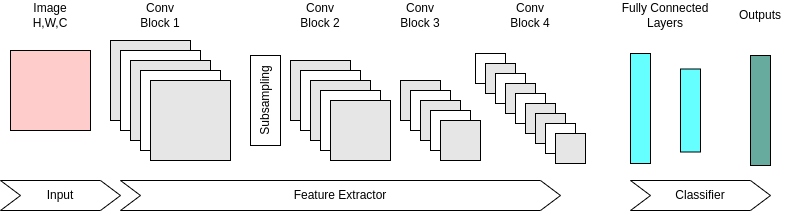
Earlier version of the draw.io export chap_1/CNN.drawio.png (MoArif/thesis_diagrams). Source tidied: cells renumbered, new cells last; positions are measured from the earlier drawing's top-left corner, leaving out a move shared by most shapes.
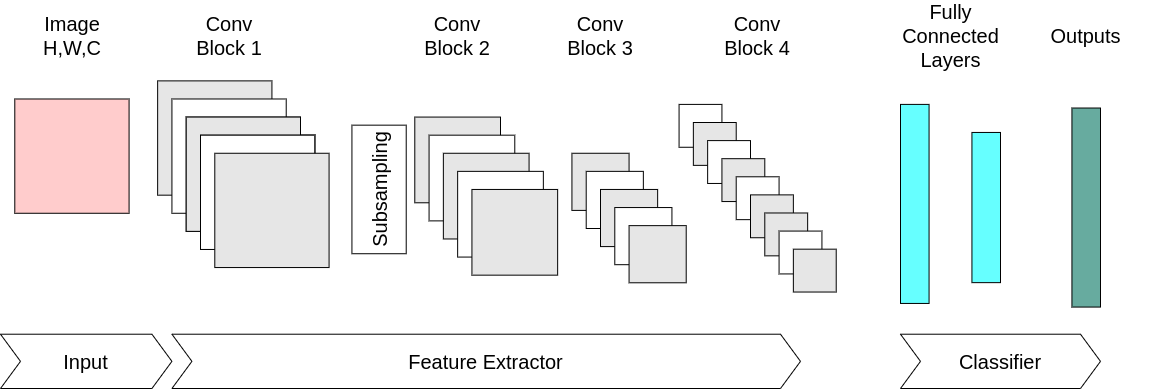
The same file after the commit.

Diff of the diagram source:
```diff
@@ -2,131 +2,134 @@
   <root>
     <mxCell id="0" />
     <mxCell id="1" parent="0" />
-    <mxCell id="2" style="whiteSpace=wrap;html=1;fillColor=#FFCCCC;" parent="1" vertex="1">
-      <mxGeometry x="10" y="50" width="80" height="80" as="geometry" />
-    </mxCell>
-    <mxCell id="3" style="whiteSpace=wrap;html=1;fillColor=#E6E6E6;" parent="1" vertex="1">
-      <mxGeometry x="110" y="40" width="80" height="80" as="geometry" />
-    </mxCell>
-    <mxCell id="4" style="whiteSpace=wrap;html=1;" parent="1" vertex="1">
-      <mxGeometry x="120" y="50" width="80" height="80" as="geometry" />
-    </mxCell>
-    <mxCell id="5" style="whiteSpace=wrap;html=1;" parent="1" vertex="1">
-      <mxGeometry x="130" y="60" width="80" height="80" as="geometry" />
-    </mxCell>
-    <mxCell id="6" style="whiteSpace=wrap;html=1;" parent="1" vertex="1">
-      <mxGeometry x="140" y="70" width="80" height="80" as="geometry" />
-    </mxCell>
-    <mxCell id="7" style="whiteSpace=wrap;html=1;fillColor=#E6E6E6;" parent="1" vertex="1">
-      <mxGeometry x="130" y="60" width="80" height="80" as="geometry" />
-    </mxCell>
-    <mxCell id="8" style="whiteSpace=wrap;html=1;" parent="1" vertex="1">
-      <mxGeometry x="140" y="70" width="80" height="80" as="geometry" />
-    </mxCell>
-    <mxCell id="9" style="whiteSpace=wrap;html=1;" parent="1" vertex="1">
-      <mxGeometry x="140" y="70" width="80" height="80" as="geometry" />
-    </mxCell>
-    <mxCell id="10" style="whiteSpace=wrap;html=1;fillColor=#E6E6E6;" parent="1" vertex="1">
-      <mxGeometry x="150" y="80" width="80" height="80" as="geometry" />
-    </mxCell>
-    <mxCell id="11" style="whiteSpace=wrap;html=1;fillColor=#E6E6E6;" parent="1" vertex="1">
-      <mxGeometry x="290" y="60" width="60" height="60" as="geometry" />
-    </mxCell>
-    <mxCell id="12" style="whiteSpace=wrap;html=1;" parent="1" vertex="1">
-      <mxGeometry x="300" y="70" width="60" height="60" as="geometry" />
-    </mxCell>
-    <mxCell id="13" style="whiteSpace=wrap;html=1;fillColor=#E6E6E6;" parent="1" vertex="1">
-      <mxGeometry x="310" y="80" width="60" height="60" as="geometry" />
-    </mxCell>
-    <mxCell id="14" style="whiteSpace=wrap;html=1;" parent="1" vertex="1">
-      <mxGeometry x="320" y="90" width="60" height="60" as="geometry" />
-    </mxCell>
-    <mxCell id="15" style="whiteSpace=wrap;html=1;fillColor=#E6E6E6;" parent="1" vertex="1">
-      <mxGeometry x="330" y="100" width="60" height="60" as="geometry" />
-    </mxCell>
-    <mxCell id="16" style="whiteSpace=wrap;html=1;fillColor=#E6E6E6;" parent="1" vertex="1">
-      <mxGeometry x="400" y="80" width="40" height="40" as="geometry" />
-    </mxCell>
-    <mxCell id="17" style="whiteSpace=wrap;html=1;" parent="1" vertex="1">
-      <mxGeometry x="410" y="90" width="40" height="40" as="geometry" />
-    </mxCell>
-    <mxCell id="18" style="whiteSpace=wrap;html=1;fillColor=#E6E6E6;" parent="1" vertex="1">
-      <mxGeometry x="420" y="100" width="40" height="40" as="geometry" />
-    </mxCell>
-    <mxCell id="19" style="whiteSpace=wrap;html=1;" parent="1" vertex="1">
-      <mxGeometry x="430" y="110" width="40" height="40" as="geometry" />
-    </mxCell>
-    <mxCell id="20" style="whiteSpace=wrap;html=1;fillColor=#E6E6E6;" parent="1" vertex="1">
-      <mxGeometry x="440" y="120" width="40" height="40" as="geometry" />
-    </mxCell>
-    <mxCell id="21" style="whiteSpace=wrap;html=1;" parent="1" vertex="1">
-      <mxGeometry x="475" y="53" width="30" height="30" as="geometry" />
-    </mxCell>
-    <mxCell id="22" style="whiteSpace=wrap;html=1;fillColor=#E6E6E6;" parent="1" vertex="1">
-      <mxGeometry x="485" y="63" width="30" height="30" as="geometry" />
-    </mxCell>
-    <mxCell id="23" style="whiteSpace=wrap;html=1;" parent="1" vertex="1">
-      <mxGeometry x="495" y="73" width="30" height="30" as="geometry" />
-    </mxCell>
-    <mxCell id="24" style="whiteSpace=wrap;html=1;fillColor=#E6E6E6;" parent="1" vertex="1">
-      <mxGeometry x="505" y="83" width="30" height="30" as="geometry" />
-    </mxCell>
-    <mxCell id="25" style="whiteSpace=wrap;html=1;" parent="1" vertex="1">
-      <mxGeometry x="515" y="93" width="30" height="30" as="geometry" />
-    </mxCell>
-    <mxCell id="26" style="whiteSpace=wrap;html=1;fillColor=#E6E6E6;" parent="1" vertex="1">
-      <mxGeometry x="525" y="103" width="30" height="30" as="geometry" />
-    </mxCell>
-    <mxCell id="27" style="whiteSpace=wrap;html=1;fillColor=#E6E6E6;" parent="1" vertex="1">
-      <mxGeometry x="535" y="113" width="30" height="30" as="geometry" />
-    </mxCell>
-    <mxCell id="28" style="whiteSpace=wrap;html=1;" parent="1" vertex="1">
-      <mxGeometry x="545" y="123" width="30" height="30" as="geometry" />
-    </mxCell>
-    <mxCell id="29" style="whiteSpace=wrap;html=1;fillColor=#E6E6E6;" parent="1" vertex="1">
-      <mxGeometry x="555" y="133" width="30" height="30" as="geometry" />
-    </mxCell>
-    <mxCell id="30" style="rounded=0;whiteSpace=wrap;html=1;fillStyle=solid;fillColor=#66FFFF;" parent="1" vertex="1">
-      <mxGeometry x="630" y="53" width="20" height="110" as="geometry" />
-    </mxCell>
-    <mxCell id="31" style="rounded=0;whiteSpace=wrap;html=1;fillColor=#66FFFF;" parent="1" vertex="1">
-      <mxGeometry x="680" y="68.5" width="20" height="83" as="geometry" />
-    </mxCell>
-    <mxCell id="32" style="rounded=0;whiteSpace=wrap;html=1;fillColor=#67AB9F;" parent="1" vertex="1">
-      <mxGeometry x="750" y="55" width="20" height="110" as="geometry" />
-    </mxCell>
+    <mxCell id="44" style="group;" parent="1" vertex="1">
+      <mxGeometry width="1150" height="380" as="geometry" />
+    </mxCell>
+    <mxCell id="45" style="whiteSpace=wrap;html=1;fillColor=#FFCCCC;" parent="44" vertex="1">
+      <mxGeometry x="14.3" y="90.5" width="114.3" height="114.3" as="geometry" />
+    </mxCell>
+    <mxCell id="46" style="whiteSpace=wrap;html=1;fillColor=#E6E6E6;" parent="44" vertex="1">
+      <mxGeometry x="157.1" y="72.4" width="114.3" height="114.3" as="geometry" />
+    </mxCell>
+    <mxCell id="47" style="whiteSpace=wrap;html=1;" parent="44" vertex="1">
+      <mxGeometry x="171.4" y="90.5" width="114.3" height="114.3" as="geometry" />
+    </mxCell>
+    <mxCell id="48" style="whiteSpace=wrap;html=1;" parent="44" vertex="1">
+      <mxGeometry x="185.7" y="108.6" width="114.3" height="114.3" as="geometry" />
+    </mxCell>
+    <mxCell id="49" style="whiteSpace=wrap;html=1;" parent="44" vertex="1">
+      <mxGeometry x="200" y="126.7" width="114.3" height="114.3" as="geometry" />
+    </mxCell>
+    <mxCell id="50" style="whiteSpace=wrap;html=1;fillColor=#E6E6E6;" parent="44" vertex="1">
+      <mxGeometry x="185.7" y="108.6" width="114.3" height="114.3" as="geometry" />
+    </mxCell>
+    <mxCell id="51" style="whiteSpace=wrap;html=1;" parent="44" vertex="1">
+      <mxGeometry x="200" y="126.7" width="114.3" height="114.3" as="geometry" />
+    </mxCell>
+    <mxCell id="52" style="whiteSpace=wrap;html=1;" parent="44" vertex="1">
+      <mxGeometry x="200" y="126.7" width="114.3" height="114.3" as="geometry" />
+    </mxCell>
+    <mxCell id="53" style="whiteSpace=wrap;html=1;fillColor=#E6E6E6;" parent="44" vertex="1">
+      <mxGeometry x="214.3" y="144.8" width="114.3" height="114.3" as="geometry" />
+    </mxCell>
+    <mxCell id="54" style="whiteSpace=wrap;html=1;fillColor=#E6E6E6;" parent="44" vertex="1">
+      <mxGeometry x="414.3" y="108.6" width="85.7" height="85.7" as="geometry" />
+    </mxCell>
+    <mxCell id="55" style="whiteSpace=wrap;html=1;" parent="44" vertex="1">
+      <mxGeometry x="428.6" y="126.7" width="85.7" height="85.7" as="geometry" />
+    </mxCell>
+    <mxCell id="56" style="whiteSpace=wrap;html=1;fillColor=#E6E6E6;" parent="44" vertex="1">
+      <mxGeometry x="442.9" y="144.8" width="85.7" height="85.7" as="geometry" />
+    </mxCell>
+    <mxCell id="57" style="whiteSpace=wrap;html=1;" parent="44" vertex="1">
+      <mxGeometry x="457.1" y="162.9" width="85.7" height="85.7" as="geometry" />
+    </mxCell>
+    <mxCell id="58" style="whiteSpace=wrap;html=1;fillColor=#E6E6E6;" parent="44" vertex="1">
+      <mxGeometry x="471.4" y="181" width="85.7" height="85.7" as="geometry" />
+    </mxCell>
+    <mxCell id="59" style="whiteSpace=wrap;html=1;fillColor=#E6E6E6;" parent="44" vertex="1">
+      <mxGeometry x="571.4" y="144.8" width="57.1" height="57.1" as="geometry" />
+    </mxCell>
+    <mxCell id="60" style="whiteSpace=wrap;html=1;" parent="44" vertex="1">
+      <mxGeometry x="585.7" y="162.9" width="57.1" height="57.1" as="geometry" />
+    </mxCell>
+    <mxCell id="61" style="whiteSpace=wrap;html=1;fillColor=#E6E6E6;" parent="44" vertex="1">
+      <mxGeometry x="600" y="181" width="57.1" height="57.1" as="geometry" />
+    </mxCell>
+    <mxCell id="62" style="whiteSpace=wrap;html=1;" parent="44" vertex="1">
+      <mxGeometry x="614.3" y="199" width="57.1" height="57.1" as="geometry" />
+    </mxCell>
+    <mxCell id="63" style="whiteSpace=wrap;html=1;fillColor=#E6E6E6;" parent="44" vertex="1">
+      <mxGeometry x="628.6" y="217.1" width="57.1" height="57.1" as="geometry" />
+    </mxCell>
+    <mxCell id="64" style="whiteSpace=wrap;html=1;" parent="44" vertex="1">
+      <mxGeometry x="678.6" y="95.9" width="42.9" height="42.9" as="geometry" />
+    </mxCell>
+    <mxCell id="65" style="whiteSpace=wrap;html=1;fillColor=#E6E6E6;" parent="44" vertex="1">
+      <mxGeometry x="692.9" y="114" width="42.9" height="42.9" as="geometry" />
+    </mxCell>
+    <mxCell id="66" style="whiteSpace=wrap;html=1;" parent="44" vertex="1">
+      <mxGeometry x="707.1" y="132.1" width="42.9" height="42.9" as="geometry" />
+    </mxCell>
+    <mxCell id="67" style="whiteSpace=wrap;html=1;fillColor=#E6E6E6;" parent="44" vertex="1">
+      <mxGeometry x="721.4" y="150.2" width="42.9" height="42.9" as="geometry" />
+    </mxCell>
+    <mxCell id="68" style="whiteSpace=wrap;html=1;" parent="44" vertex="1">
+      <mxGeometry x="735.7" y="168.3" width="42.9" height="42.9" as="geometry" />
+    </mxCell>
+    <mxCell id="69" style="whiteSpace=wrap;html=1;fillColor=#E6E6E6;" parent="44" vertex="1">
+      <mxGeometry x="750" y="186.4" width="42.9" height="42.9" as="geometry" />
+    </mxCell>
+    <mxCell id="70" style="whiteSpace=wrap;html=1;fillColor=#E6E6E6;" parent="44" vertex="1">
+      <mxGeometry x="764.3" y="204.5" width="42.9" height="42.9" as="geometry" />
+    </mxCell>
+    <mxCell id="71" style="whiteSpace=wrap;html=1;" parent="44" vertex="1">
+      <mxGeometry x="778.6" y="222.6" width="42.9" height="42.9" as="geometry" />
+    </mxCell>
+    <mxCell id="72" style="whiteSpace=wrap;html=1;fillColor=#E6E6E6;" parent="44" vertex="1">
+      <mxGeometry x="792.9" y="240.7" width="42.9" height="42.9" as="geometry" />
+    </mxCell>
+    <mxCell id="73" style="rounded=0;whiteSpace=wrap;html=1;fillStyle=solid;fillColor=#66FFFF;" parent="44" vertex="1">
+      <mxGeometry x="900" y="95.9" width="28.6" height="199" as="geometry" />
+    </mxCell>
+    <mxCell id="74" style="rounded=0;whiteSpace=wrap;html=1;fillColor=#66FFFF;" parent="44" vertex="1">
+      <mxGeometry x="971.4" y="124" width="28.6" height="150.2" as="geometry" />
+    </mxCell>
+    <mxCell id="75" style="rounded=0;whiteSpace=wrap;html=1;fillColor=#67AB9F;" parent="44" vertex="1">
+      <mxGeometry x="1071.4" y="99.5" width="28.6" height="199" as="geometry" />
+    </mxCell>
-    <mxCell id="33" value="Feature Extractor" style="shape=step;perimeter=stepPerimeter;whiteSpace=wrap;html=1;fixedSize=1;fillStyle=solid;fillColor=#FFFFFF;" parent="1" vertex="1">
-      <mxGeometry x="120" y="180" width="440" height="30" as="geometry" />
+    <mxCell id="33" value="&lt;font style=&quot;font-size: 20px;&quot;&gt;Feature Extractor&lt;/font&gt;" style="shape=step;perimeter=stepPerimeter;whiteSpace=wrap;html=1;fixedSize=1;fillStyle=solid;fillColor=#FFFFFF;" parent="44" vertex="1">
+      <mxGeometry x="171.4" y="325.7" width="628.6" height="54.3" as="geometry" />
     </mxCell>
-    <mxCell id="34" value="Input" style="shape=step;perimeter=stepPerimeter;whiteSpace=wrap;html=1;fixedSize=1;fillStyle=solid;fillColor=#FFFFFF;" parent="1" vertex="1">
-      <mxGeometry y="180" width="120" height="30" as="geometry" />
+    <mxCell id="34" value="&lt;font style=&quot;font-size: 20px;&quot;&gt;Input&lt;/font&gt;" style="shape=step;perimeter=stepPerimeter;whiteSpace=wrap;html=1;fixedSize=1;fillStyle=solid;fillColor=#FFFFFF;" parent="44" vertex="1">
+      <mxGeometry y="325.7" width="171.4" height="54.3" as="geometry" />
     </mxCell>
-    <mxCell id="35" value="Classifier" style="shape=step;perimeter=stepPerimeter;whiteSpace=wrap;html=1;fixedSize=1;fillStyle=solid;fillColor=#FFFFFF;" parent="1" vertex="1">
-      <mxGeometry x="630" y="180" width="140" height="30" as="geometry" />
+    <mxCell id="35" value="&lt;font style=&quot;font-size: 20px;&quot;&gt;Classifier&lt;/font&gt;" style="shape=step;perimeter=stepPerimeter;whiteSpace=wrap;html=1;fixedSize=1;fillStyle=solid;fillColor=#FFFFFF;" parent="44" vertex="1">
+      <mxGeometry x="900" y="325.7" width="200" height="54.3" as="geometry" />
     </mxCell>
-    <mxCell id="36" value="Image&lt;br&gt;H,W,C" style="text;html=1;strokeColor=none;fillColor=none;align=center;verticalAlign=middle;whiteSpace=wrap;rounded=0;" parent="1" vertex="1">
-      <mxGeometry x="20" width="60" height="30" as="geometry" />
+    <mxCell id="36" value="&lt;font style=&quot;font-size: 20px;&quot;&gt;Image&lt;br&gt;H,W,C&lt;/font&gt;" style="text;html=1;strokeColor=none;fillColor=none;align=center;verticalAlign=middle;whiteSpace=wrap;rounded=0;" parent="44" vertex="1">
+      <mxGeometry x="28.6" width="85.7" height="54.3" as="geometry" />
     </mxCell>
-    <mxCell id="37" value="Conv Block 1" style="text;html=1;strokeColor=none;fillColor=none;align=center;verticalAlign=middle;whiteSpace=wrap;rounded=0;" parent="1" vertex="1">
-      <mxGeometry x="130" width="60" height="30" as="geometry" />
+    <mxCell id="37" value="&lt;font style=&quot;font-size: 20px;&quot;&gt;Conv Block 1&lt;/font&gt;" style="text;html=1;strokeColor=none;fillColor=none;align=center;verticalAlign=middle;whiteSpace=wrap;rounded=0;" parent="44" vertex="1">
+      <mxGeometry x="185.7" width="85.7" height="54.3" as="geometry" />
     </mxCell>
-    <mxCell id="38" value="Conv Block 2" style="text;html=1;strokeColor=none;fillColor=none;align=center;verticalAlign=middle;whiteSpace=wrap;rounded=0;" parent="1" vertex="1">
-      <mxGeometry x="290" width="60" height="30" as="geometry" />
+    <mxCell id="38" value="&lt;font style=&quot;font-size: 20px;&quot;&gt;Conv Block 2&lt;/font&gt;" style="text;html=1;strokeColor=none;fillColor=none;align=center;verticalAlign=middle;whiteSpace=wrap;rounded=0;" parent="44" vertex="1">
+      <mxGeometry x="414.3" width="85.7" height="54.3" as="geometry" />
     </mxCell>
-    <mxCell id="39" value="Conv Block 3" style="text;html=1;strokeColor=none;fillColor=none;align=center;verticalAlign=middle;whiteSpace=wrap;rounded=0;" parent="1" vertex="1">
-      <mxGeometry x="390" width="60" height="30" as="geometry" />
+    <mxCell id="39" value="&lt;font style=&quot;font-size: 20px;&quot;&gt;Conv Block 3&lt;/font&gt;" style="text;html=1;strokeColor=none;fillColor=none;align=center;verticalAlign=middle;whiteSpace=wrap;rounded=0;" parent="44" vertex="1">
+      <mxGeometry x="557.1" width="85.7" height="54.3" as="geometry" />
     </mxCell>
-    <mxCell id="40" value="Conv Block 4" style="text;html=1;strokeColor=none;fillColor=none;align=center;verticalAlign=middle;whiteSpace=wrap;rounded=0;" parent="1" vertex="1">
-      <mxGeometry x="500" width="60" height="30" as="geometry" />
+    <mxCell id="40" value="&lt;font style=&quot;font-size: 20px;&quot;&gt;Conv Block 4&lt;/font&gt;" style="text;html=1;strokeColor=none;fillColor=none;align=center;verticalAlign=middle;whiteSpace=wrap;rounded=0;" parent="44" vertex="1">
+      <mxGeometry x="714.3" width="85.7" height="54.3" as="geometry" />
     </mxCell>
-    <mxCell id="41" value="Fully Connected Layers" style="text;html=1;strokeColor=none;fillColor=none;align=center;verticalAlign=middle;whiteSpace=wrap;rounded=0;" parent="1" vertex="1">
-      <mxGeometry x="620" width="90" height="30" as="geometry" />
+    <mxCell id="41" value="&lt;font style=&quot;font-size: 20px;&quot;&gt;Fully Connected Layers&lt;/font&gt;" style="text;html=1;strokeColor=none;fillColor=none;align=center;verticalAlign=middle;whiteSpace=wrap;rounded=0;" parent="44" vertex="1">
+      <mxGeometry x="885.7" width="128.6" height="54.3" as="geometry" />
     </mxCell>
-    <mxCell id="42" value="Outputs" style="text;html=1;strokeColor=none;fillColor=none;align=center;verticalAlign=middle;whiteSpace=wrap;rounded=0;" parent="1" vertex="1">
-      <mxGeometry x="715" width="90" height="30" as="geometry" />
+    <mxCell id="42" value="&lt;font style=&quot;font-size: 20px;&quot;&gt;Outputs&lt;/font&gt;" style="text;html=1;strokeColor=none;fillColor=none;align=center;verticalAlign=middle;whiteSpace=wrap;rounded=0;" parent="44" vertex="1">
+      <mxGeometry x="1021.4" width="128.6" height="54.3" as="geometry" />
     </mxCell>
-    <mxCell id="43" value="Subsampling" style="text;html=1;strokeColor=default;fillColor=none;align=center;verticalAlign=middle;whiteSpace=wrap;rounded=0;rotation=-90;" parent="1" vertex="1">
-      <mxGeometry x="220" y="85" width="90" height="30" as="geometry" />
+    <mxCell id="43" value="&lt;font style=&quot;font-size: 20px;&quot;&gt;Subsampling&lt;/font&gt;" style="text;html=1;strokeColor=default;fillColor=none;align=center;verticalAlign=middle;whiteSpace=wrap;rounded=0;rotation=-90;" parent="44" vertex="1">
+      <mxGeometry x="314.3" y="153.8" width="128.6" height="54.3" as="geometry" />
     </mxCell>
   </root>
 </mxGraphModel>
```
